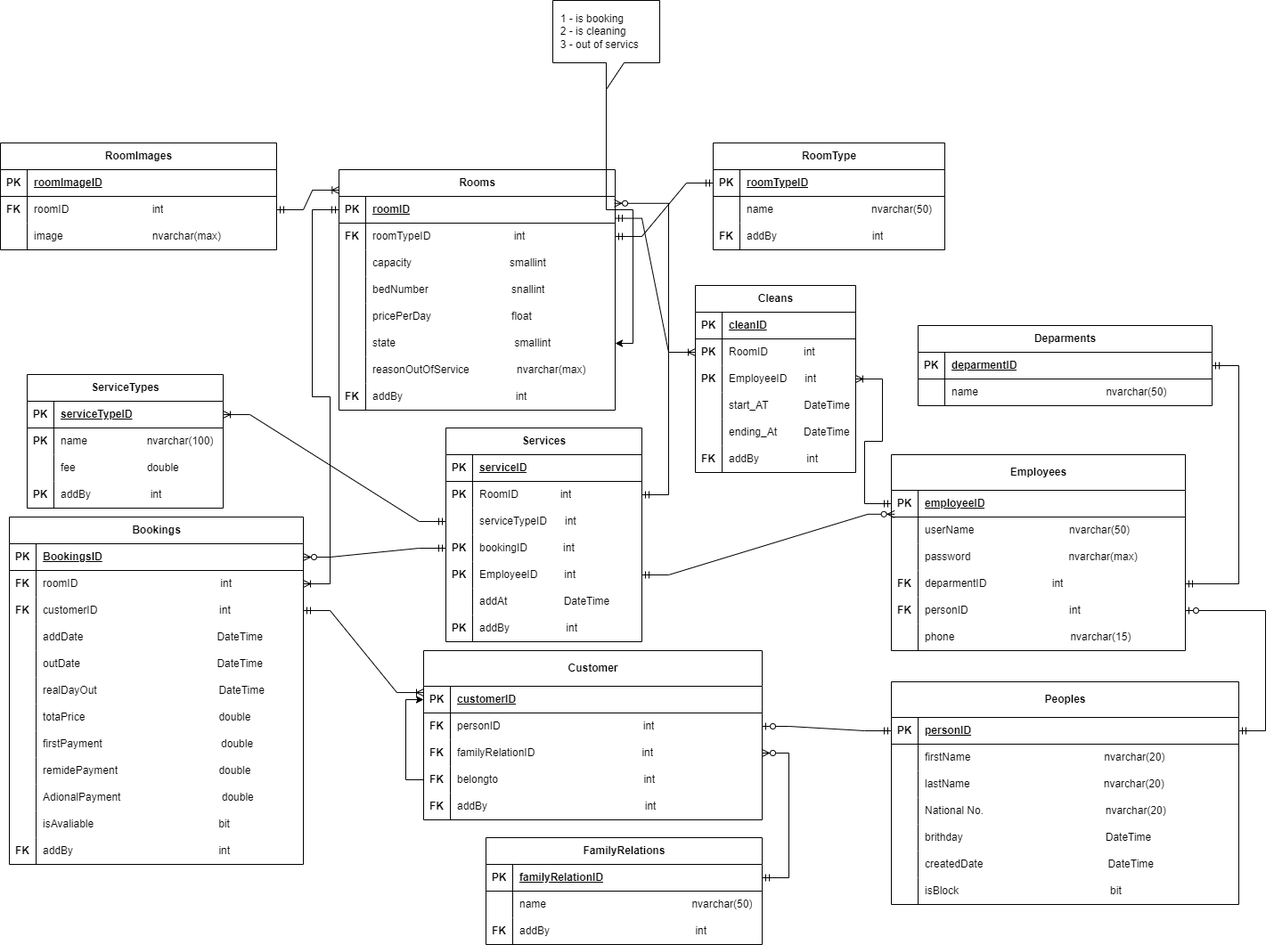
The draw.io diagram schma for hotel booking.png in Abdullah2100/HotelManagementSystem, before a commit. Source tidied: cells renumbered, new cells last; positions are measured from the earlier drawing's top-left corner, leaving out a move shared by most shapes.
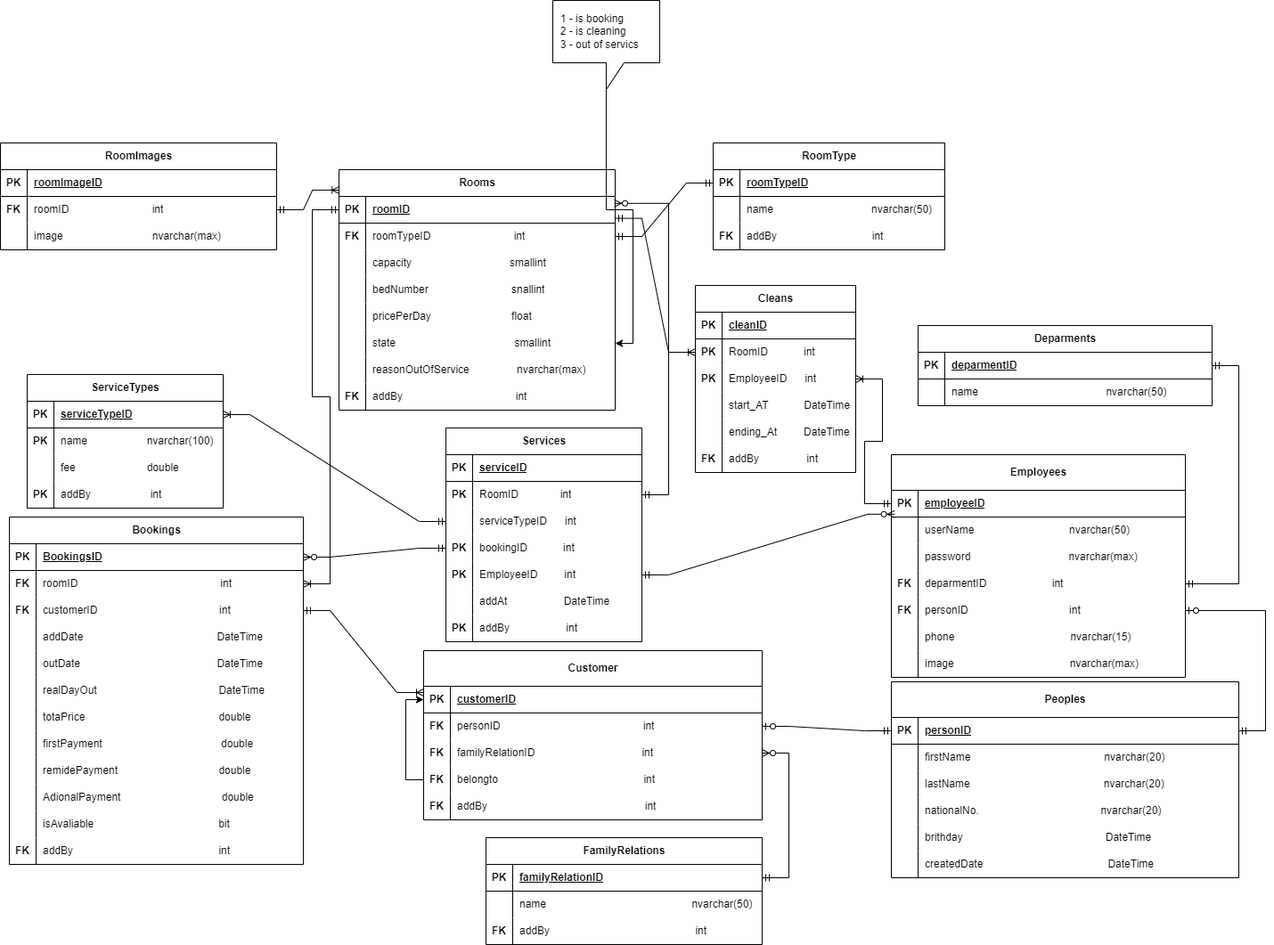
The same diagram one commit later.

Diff of the diagram source:
```diff
@@ -3,7 +3,7 @@
     <mxCell id="0" />
     <mxCell id="1" parent="0" />
     <mxCell id="2" value="Peoples" style="shape=table;startSize=40;rowLines=0;fontStyle=1;align=center;html=1;" parent="1" vertex="1">
-      <mxGeometry x="1000" y="765" width="390" height="250" as="geometry" />
+      <mxGeometry x="1000" y="765" width="390" height="220" as="geometry" />
     </mxCell>
     <mxCell id="3" style="shape=tableRow;horizontal=0;startSize=0;swimlaneHead=0;swimlaneBody=0;fillColor=none;points=[[0,0.5],[1,0.5]];portConstraint=eastwest;top=0;left=0;right=0;bottom=1;" parent="2" vertex="1">
       <mxGeometry y="40" width="390" height="30" as="geometry" />
@@ -38,7 +38,7 @@
     <mxCell id="13" style="shape=partialRectangle;fillColor=none;top=0;left=0;bottom=0;right=0;overflow=hidden;whiteSpace=wrap;html=1;" parent="12" vertex="1">
       <mxGeometry width="30" height="30" as="geometry" />
     </mxCell>
-    <mxCell id="14" value="National No.&amp;nbsp; &amp;nbsp; &amp;nbsp; &amp;nbsp; &amp;nbsp; &amp;nbsp; &amp;nbsp; &amp;nbsp; &amp;nbsp; &amp;nbsp; &amp;nbsp; &amp;nbsp; &amp;nbsp; &amp;nbsp; &amp;nbsp; &amp;nbsp; &amp;nbsp; &amp;nbsp; &amp;nbsp; &amp;nbsp; &amp;nbsp;nvarchar(20)" style="shape=partialRectangle;fillColor=none;top=0;left=0;bottom=0;right=0;align=left;spacingLeft=6;overflow=hidden;whiteSpace=wrap;html=1;" parent="12" vertex="1">
+    <mxCell id="14" value="nationalNo.&amp;nbsp; &amp;nbsp; &amp;nbsp; &amp;nbsp; &amp;nbsp; &amp;nbsp; &amp;nbsp; &amp;nbsp; &amp;nbsp; &amp;nbsp; &amp;nbsp; &amp;nbsp; &amp;nbsp; &amp;nbsp; &amp;nbsp; &amp;nbsp; &amp;nbsp; &amp;nbsp; &amp;nbsp; &amp;nbsp; &amp;nbsp;nvarchar(20)" style="shape=partialRectangle;fillColor=none;top=0;left=0;bottom=0;right=0;align=left;spacingLeft=6;overflow=hidden;whiteSpace=wrap;html=1;" parent="12" vertex="1">
       <mxGeometry x="30" width="360" height="30" as="geometry" />
     </mxCell>
     <mxCell id="15" style="shape=tableRow;horizontal=0;startSize=0;swimlaneHead=0;swimlaneBody=0;fillColor=none;top=0;left=0;right=0;bottom=0;" parent="2" vertex="1">
@@ -59,17 +59,8 @@
     <mxCell id="20" value="createdDate&amp;nbsp; &amp;nbsp; &amp;nbsp; &amp;nbsp; &amp;nbsp; &amp;nbsp; &amp;nbsp; &amp;nbsp; &amp;nbsp; &amp;nbsp; &amp;nbsp; &amp;nbsp; &amp;nbsp; &amp;nbsp; &amp;nbsp; &amp;nbsp; &amp;nbsp; &amp;nbsp; &amp;nbsp; &amp;nbsp; &amp;nbsp; DateTime" style="shape=partialRectangle;fillColor=none;top=0;left=0;bottom=0;right=0;align=left;spacingLeft=6;overflow=hidden;whiteSpace=wrap;html=1;" parent="18" vertex="1">
       <mxGeometry x="30" width="360" height="30" as="geometry" />
     </mxCell>
-    <mxCell id="21" style="shape=tableRow;horizontal=0;startSize=0;swimlaneHead=0;swimlaneBody=0;fillColor=none;top=0;left=0;right=0;bottom=0;" parent="2" vertex="1">
-      <mxGeometry y="220" width="390" height="30" as="geometry" />
-    </mxCell>
-    <mxCell id="22" style="shape=partialRectangle;fillColor=none;top=0;left=0;bottom=0;right=0;overflow=hidden;whiteSpace=wrap;html=1;" parent="21" vertex="1">
-      <mxGeometry width="30" height="30" as="geometry" />
-    </mxCell>
-    <mxCell id="23" value="isBlock&amp;nbsp; &amp;nbsp; &amp;nbsp; &amp;nbsp; &amp;nbsp; &amp;nbsp; &amp;nbsp; &amp;nbsp; &amp;nbsp; &amp;nbsp; &amp;nbsp; &amp;nbsp; &amp;nbsp; &amp;nbsp; &amp;nbsp; &amp;nbsp; &amp;nbsp; &amp;nbsp; &amp;nbsp; &amp;nbsp; &amp;nbsp; &amp;nbsp; &amp;nbsp; &amp;nbsp; &amp;nbsp; &amp;nbsp;bit" style="shape=partialRectangle;fillColor=none;top=0;left=0;bottom=0;right=0;align=left;spacingLeft=6;overflow=hidden;whiteSpace=wrap;html=1;" parent="21" vertex="1">
-      <mxGeometry x="30" width="360" height="30" as="geometry" />
-    </mxCell>
     <mxCell id="24" value="Employees" style="shape=table;startSize=40;rowLines=0;fontStyle=1;align=center;html=1;" parent="1" vertex="1">
-      <mxGeometry x="1000" y="510" width="330" height="220" as="geometry" />
+      <mxGeometry x="1000" y="510" width="330" height="250" as="geometry" />
     </mxCell>
     <mxCell id="25" style="shape=tableRow;horizontal=0;startSize=0;swimlaneHead=0;swimlaneBody=0;fillColor=none;points=[[0,0.5],[1,0.5]];portConstraint=eastwest;top=0;left=0;right=0;bottom=1;" parent="24" vertex="1">
       <mxGeometry y="40" width="330" height="30" as="geometry" />
@@ -125,6 +116,15 @@
     <mxCell id="42" value="phone&amp;nbsp; &amp;nbsp; &amp;nbsp; &amp;nbsp; &amp;nbsp; &amp;nbsp; &amp;nbsp; &amp;nbsp; &amp;nbsp; &amp;nbsp; &amp;nbsp; &amp;nbsp; &amp;nbsp; &amp;nbsp; &amp;nbsp; &amp;nbsp; &amp;nbsp; &amp;nbsp; &amp;nbsp; &amp;nbsp;nvarchar(15)" style="shape=partialRectangle;fillColor=none;top=0;left=0;bottom=0;right=0;align=left;spacingLeft=6;overflow=hidden;whiteSpace=wrap;html=1;" parent="40" vertex="1">
       <mxGeometry x="30" width="300" height="30" as="geometry" />
     </mxCell>
+    <mxCell id="231" style="shape=tableRow;horizontal=0;startSize=0;swimlaneHead=0;swimlaneBody=0;fillColor=none;top=0;left=0;right=0;bottom=0;" parent="24" vertex="1">
+      <mxGeometry y="220" width="330" height="30" as="geometry" />
+    </mxCell>
+    <mxCell id="22" style="shape=partialRectangle;fillColor=none;top=0;left=0;bottom=0;right=0;overflow=hidden;whiteSpace=wrap;html=1;" parent="231" vertex="1">
+      <mxGeometry width="30" height="30" as="geometry" />
+    </mxCell>
+    <mxCell id="232" value="image&amp;nbsp; &amp;nbsp; &amp;nbsp; &amp;nbsp; &amp;nbsp; &amp;nbsp; &amp;nbsp; &amp;nbsp; &amp;nbsp; &amp;nbsp; &amp;nbsp; &amp;nbsp; &amp;nbsp; &amp;nbsp; &amp;nbsp; &amp;nbsp; &amp;nbsp; &amp;nbsp; &amp;nbsp; &amp;nbsp;nvarchar(max)" style="shape=partialRectangle;fillColor=none;top=0;left=0;bottom=0;right=0;align=left;spacingLeft=6;overflow=hidden;whiteSpace=wrap;html=1;" parent="231" vertex="1">
+      <mxGeometry x="30" width="300" height="30" as="geometry" />
+    </mxCell>
     <mxCell id="43" value="Deparments" style="shape=table;startSize=30;rowLines=0;fontStyle=1;align=center;html=1;" parent="1" vertex="1">
       <mxGeometry x="1030" y="365" width="330" height="90" as="geometry" />
     </mxCell>
```
